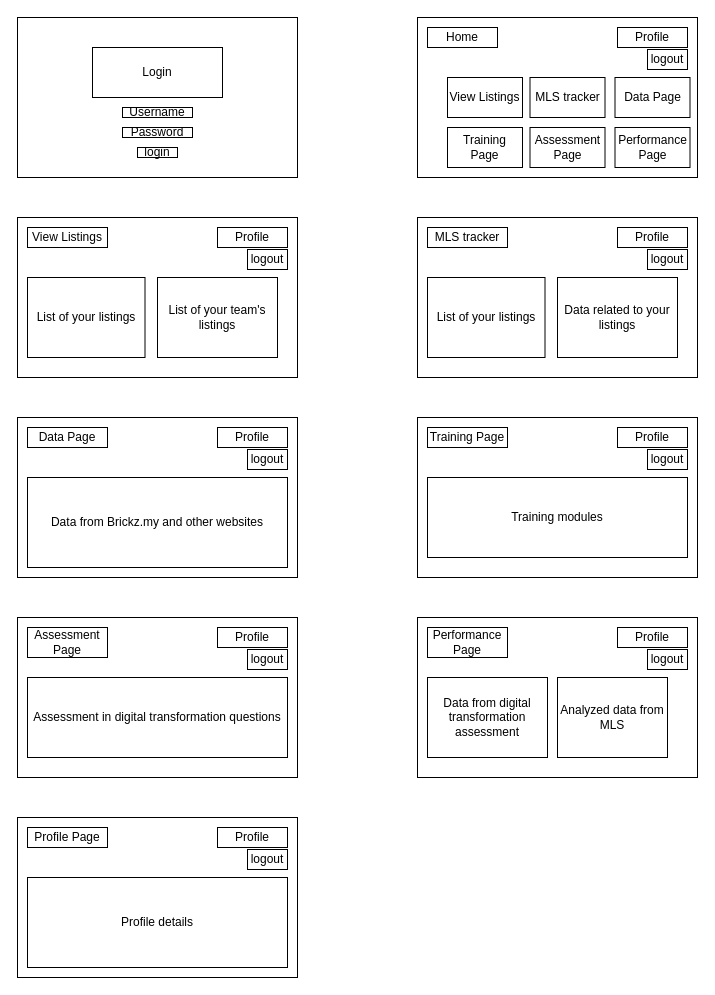
Lowhuiern/FYP keeps this draw.io diagram as Untitled Diagram.drawio. Above is the earlier version. Source tidied: cells renumbered, new cells numbered last; positions are measured from the earlier drawing's top-left corner, leaving out a move shared by most shapes. Both pictures are drawn from the tidied source at 100%, with x=0, y=0 at pixel (17, 17).
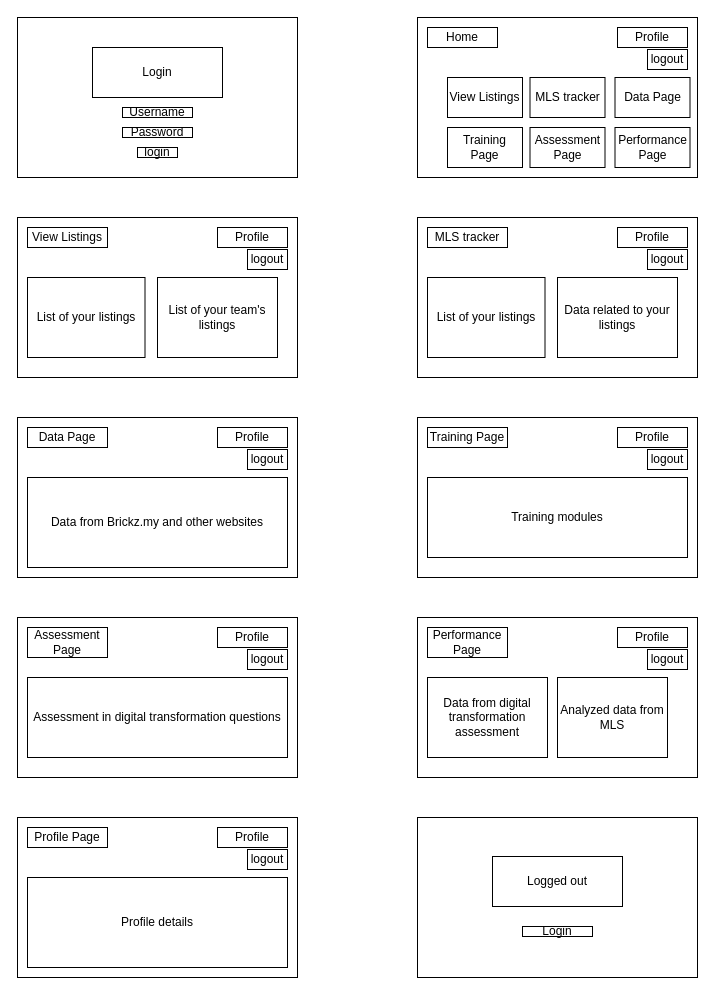
After the change.

Diff of the diagram source:
```diff
@@
+    <mxCell id="55" style="rounded=0;whiteSpace=wrap;html=1;" parent="1" vertex="1">
+      <mxGeometry x="400" y="800" width="280" height="160" as="geometry" />
+    </mxCell>
+    <mxCell id="56" value="Logged out" style="rounded=0;whiteSpace=wrap;html=1;" parent="1" vertex="1">
+      <mxGeometry x="475" y="839" width="130" height="50" as="geometry" />
+    </mxCell>
+    <mxCell id="57" value="Login" style="rounded=0;whiteSpace=wrap;html=1;" parent="1" vertex="1">
+      <mxGeometry x="505" y="909" width="70" height="10" as="geometry" />
+    </mxCell>
```
